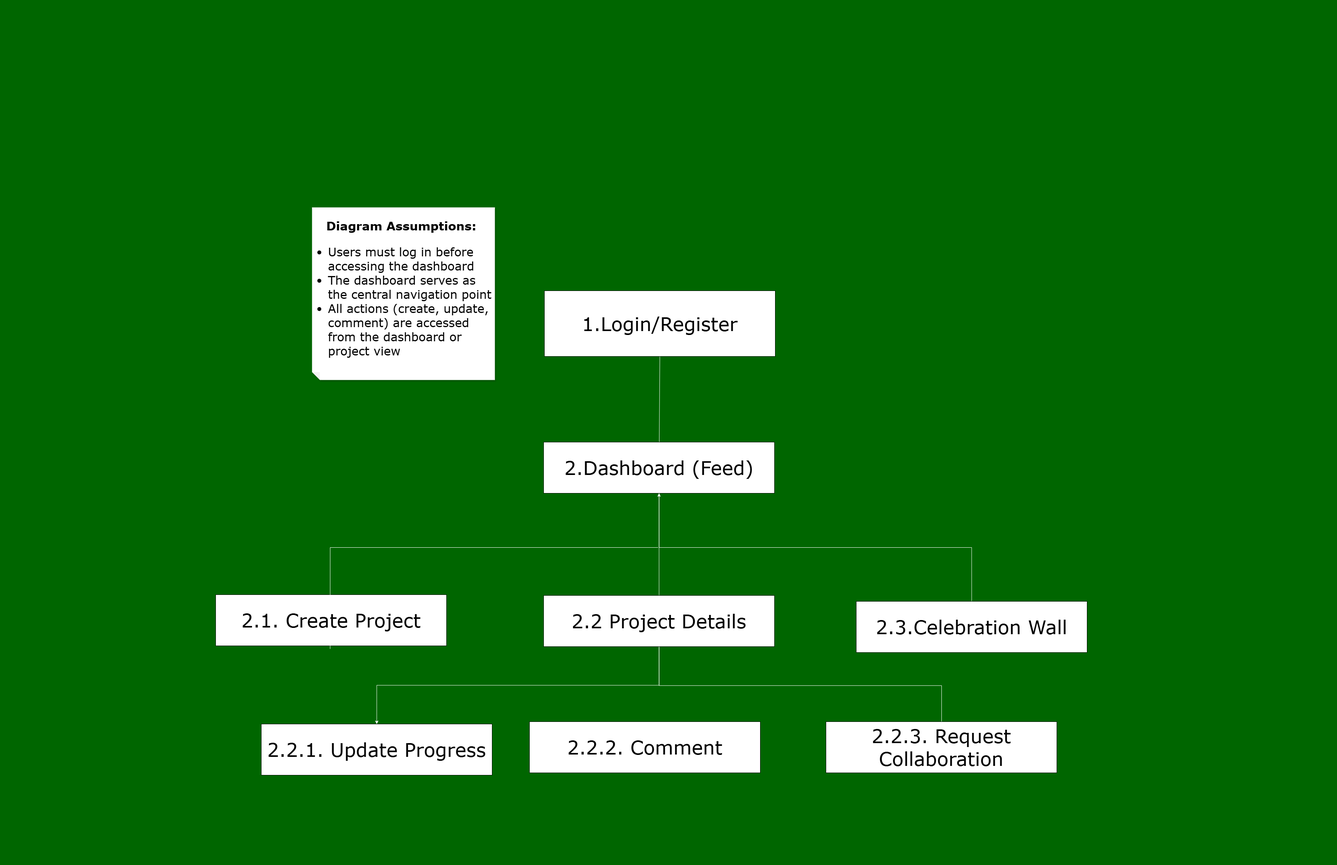
This is docs/MzansiBuilds-Navigation diagram.png from rorisang16/mzansi-builds, a draw.io export, as it was before one commit. Source tidied: cells renumbered, new cells last; positions are measured from the earlier drawing's top-left corner, leaving out a move shared by most shapes. Source of this version:
```xml
<mxGraphModel background="#006600">
  <root>
    <mxCell id="0" />
    <mxCell id="1" parent="0" />
    <mxCell id="2" style="rounded=0;jettySize=auto;html=1;exitX=0.5;exitY=1;exitDx=0;exitDy=0;endArrow=none;endFill=0;strokeColor=light-dark(#ffffff, #ededed);fontFamily=Verdana;" parent="1" edge="1" source="3" target="7">
      <mxGeometry relative="1" as="geometry" />
    </mxCell>
    <mxCell id="3" value="&lt;font style=&quot;font-size: 48px;&quot;&gt;1.Login/Register&lt;/font&gt;" style="whiteSpace=wrap;html=1;align=center;fontFamily=Verdana;" parent="1" vertex="1">
      <mxGeometry x="836" y="212" width="587" height="167" as="geometry" />
    </mxCell>
    <mxCell id="4" value="&lt;font style=&quot;font-size: 48px;&quot;&gt;2.1. Create Project&lt;/font&gt;" style="whiteSpace=wrap;html=1;align=center;fontFamily=Verdana;" parent="1" vertex="1">
      <mxGeometry y="985" width="587" height="130" as="geometry" />
    </mxCell>
    <mxCell id="5" style="edgeStyle=orthogonalEdgeStyle;rounded=0;orthogonalLoop=1;jettySize=auto;html=1;exitX=0.5;exitY=1;exitDx=0;exitDy=0;entryX=0.5;entryY=0;entryDx=0;entryDy=0;endArrow=none;endFill=0;curved=0;strokeColor=#FFFFFF;fontFamily=Verdana;" parent="1" edge="1">
      <mxGeometry relative="1" as="geometry">
        <mxPoint x="1125" y="865" as="sourcePoint" />
        <mxPoint x="291" y="1123" as="targetPoint" />
      </mxGeometry>
    </mxCell>
    <mxCell id="6" style="edgeStyle=orthogonalEdgeStyle;rounded=0;jettySize=auto;html=1;exitX=0.5;exitY=1;exitDx=0;exitDy=0;entryX=0.5;entryY=0;entryDx=0;entryDy=0;endArrow=none;endFill=0;curved=0;strokeColor=#FFFFFF;fontFamily=Verdana;" parent="1" edge="1" source="7" target="12">
      <mxGeometry relative="1" as="geometry">
        <Array as="points">
          <mxPoint x="1128" y="865" />
          <mxPoint x="1922" y="865" />
        </Array>
      </mxGeometry>
    </mxCell>
    <mxCell id="7" value="&lt;font style=&quot;font-size: 48px;&quot;&gt;2.Dashboard (Feed)&lt;/font&gt;" style="whiteSpace=wrap;html=1;align=center;fontFamily=Verdana;" parent="1" vertex="1">
      <mxGeometry x="834" y="597" width="587" height="130" as="geometry" />
    </mxCell>
    <mxCell id="8" style="edgeStyle=orthogonalEdgeStyle;rounded=0;jettySize=auto;html=1;exitX=0.5;exitY=1;exitDx=0;exitDy=0;curved=0;endArrow=none;endFill=0;strokeColor=#FFFFFF;fontFamily=Verdana;" parent="1" edge="1" source="11" target="14">
      <mxGeometry relative="1" as="geometry">
        <Array as="points">
          <mxPoint x="1128" y="1216" />
          <mxPoint x="1846" y="1216" />
        </Array>
      </mxGeometry>
    </mxCell>
    <mxCell id="9" style="rounded=0;jettySize=auto;html=1;exitX=0.5;exitY=0;exitDx=0;exitDy=0;strokeColor=light-dark(#ffffff, #ededed);fontFamily=Verdana;" parent="1" edge="1" source="11" target="7">
      <mxGeometry relative="1" as="geometry" />
    </mxCell>
    <mxCell id="10" style="edgeStyle=orthogonalEdgeStyle;rounded=0;jettySize=auto;html=1;exitX=0.5;exitY=1;exitDx=0;exitDy=0;strokeColor=#FFFFFF;fontFamily=Verdana;" parent="1" edge="1" source="11" target="15">
      <mxGeometry relative="1" as="geometry" />
    </mxCell>
    <mxCell id="11" value="&lt;font style=&quot;font-size: 48px;&quot;&gt;2.2 Project Details&lt;/font&gt;" style="whiteSpace=wrap;html=1;align=center;fontFamily=Verdana;" parent="1" vertex="1">
      <mxGeometry x="834" y="987" width="587" height="130" as="geometry" />
    </mxCell>
    <mxCell id="12" value="&lt;font style=&quot;font-size: 48px;&quot;&gt;2.3.Celebration Wall&lt;/font&gt;" style="whiteSpace=wrap;html=1;align=center;fontFamily=Verdana;" parent="1" vertex="1">
      <mxGeometry x="1629" y="1002" width="587" height="130" as="geometry" />
    </mxCell>
    <mxCell id="13" value="&lt;font style=&quot;font-size: 48px;&quot;&gt;2.2.2. Comment&lt;/font&gt;" style="whiteSpace=wrap;html=1;align=center;fontFamily=Verdana;" parent="1" vertex="1">
      <mxGeometry x="798" y="1308" width="587" height="130" as="geometry" />
    </mxCell>
    <mxCell id="14" value="&lt;font style=&quot;font-size: 48px;&quot;&gt;2.2.3. Request Collaboration&lt;/font&gt;" style="whiteSpace=wrap;html=1;align=center;fontFamily=Verdana;" parent="1" vertex="1">
      <mxGeometry x="1552" y="1308" width="587" height="130" as="geometry" />
    </mxCell>
    <mxCell id="15" value="&lt;font style=&quot;font-size: 48px;&quot;&gt;2.2.1. Update Progress&lt;/font&gt;" style="whiteSpace=wrap;html=1;align=center;fontFamily=Verdana;" parent="1" vertex="1">
      <mxGeometry x="116" y="1314" width="587" height="130" as="geometry" />
    </mxCell>
    <mxCell id="16" value="&lt;font&gt;&lt;font style=&quot;font-weight: bold;&quot;&gt;Diagram Assumptions:&amp;nbsp;&lt;br&gt;&lt;/font&gt;&lt;ul&gt;&lt;li style=&quot;text-align: left;&quot;&gt;&lt;font&gt;Users must log in before accessing the dashboard&lt;/font&gt;&lt;/li&gt;&lt;li style=&quot;text-align: left;&quot;&gt;&lt;font&gt;The dashboard serves as the central navigation point&lt;/font&gt;&lt;/li&gt;&lt;li style=&quot;text-align: left;&quot;&gt;&lt;font&gt;&lt;font&gt;All actions (create, update, comment) are accessed from the dashboard or pr&lt;/font&gt;oject view&lt;/font&gt;&lt;/li&gt;&lt;/ul&gt;&lt;/font&gt;" style="shape=note;whiteSpace=wrap;html=1;backgroundOutline=1;fontColor=#000000;darkOpacity=0.05;fillColor=#FFFFFF;strokeColor=none;fillStyle=solid;direction=west;gradientDirection=north;gradientColor=none;shadow=1;size=20;autosizeText=1;rounded=1;fontSize=30;fontFamily=Verdana;" parent="1" vertex="1">
      <mxGeometry x="245" width="465" height="439" as="geometry" />
    </mxCell>
  </root>
</mxGraphModel>
```
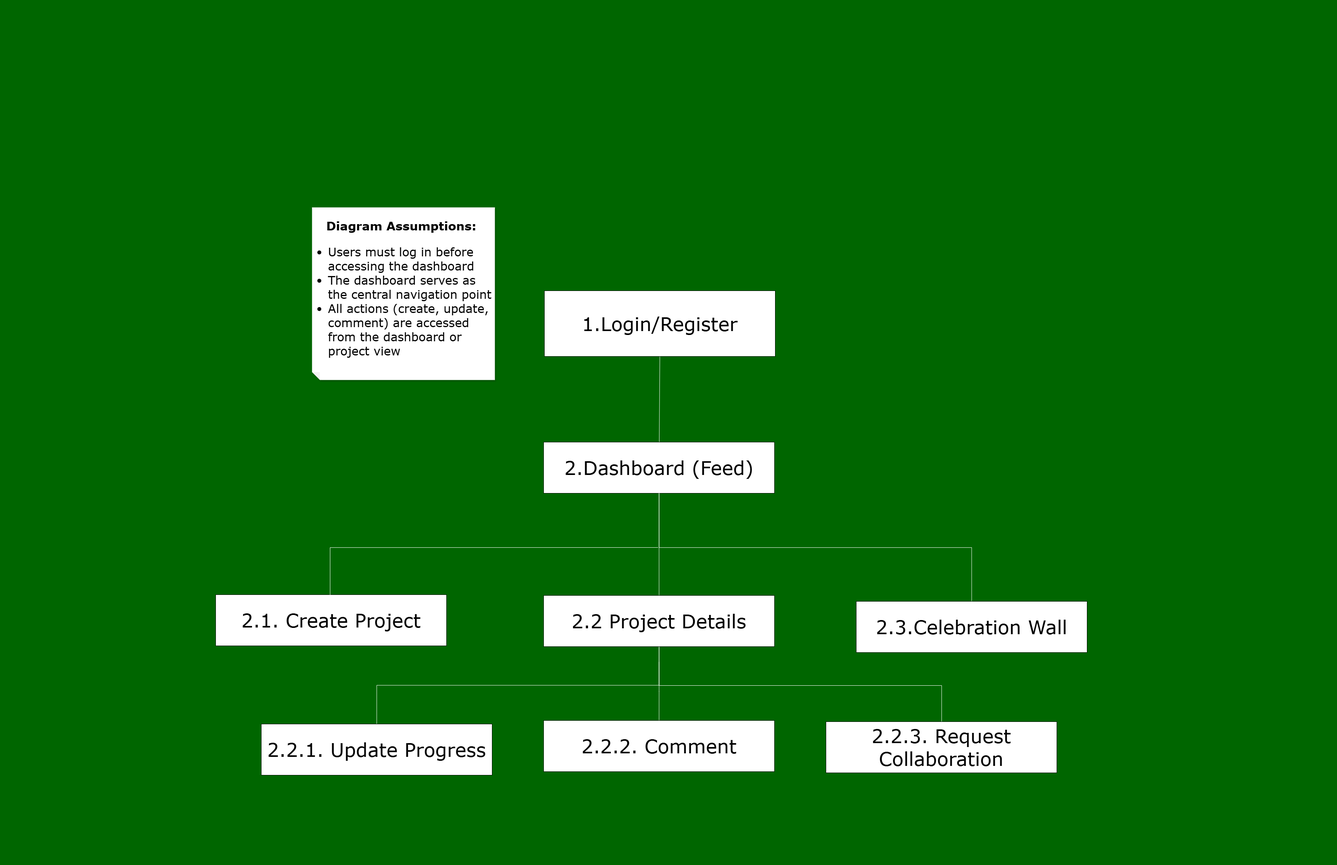
After the change.

Commit message:
refactor: improve navigation structure and fix layout issues

Diff of the diagram source:
```diff
@@ -11,10 +11,10 @@
     <mxCell id="4" value="&lt;font style=&quot;font-size: 48px;&quot;&gt;2.1. Create Project&lt;/font&gt;" style="whiteSpace=wrap;html=1;align=center;fontFamily=Verdana;" parent="1" vertex="1">
       <mxGeometry y="985" width="587" height="130" as="geometry" />
     </mxCell>
-    <mxCell id="5" style="edgeStyle=orthogonalEdgeStyle;rounded=0;orthogonalLoop=1;jettySize=auto;html=1;exitX=0.5;exitY=1;exitDx=0;exitDy=0;entryX=0.5;entryY=0;entryDx=0;entryDy=0;endArrow=none;endFill=0;curved=0;strokeColor=#FFFFFF;fontFamily=Verdana;" parent="1" edge="1">
+    <mxCell id="5" style="edgeStyle=orthogonalEdgeStyle;rounded=0;orthogonalLoop=1;jettySize=auto;html=1;exitX=0.5;exitY=1;exitDx=0;exitDy=0;endArrow=none;endFill=0;curved=0;strokeColor=#FFFFFF;fontFamily=Verdana;" parent="1" edge="1">
       <mxGeometry relative="1" as="geometry">
         <mxPoint x="1125" y="865" as="sourcePoint" />
-        <mxPoint x="291" y="1123" as="targetPoint" />
+        <mxPoint x="291" y="994" as="targetPoint" />
       </mxGeometry>
     </mxCell>
     <mxCell id="6" style="edgeStyle=orthogonalEdgeStyle;rounded=0;jettySize=auto;html=1;exitX=0.5;exitY=1;exitDx=0;exitDy=0;entryX=0.5;entryY=0;entryDx=0;entryDy=0;endArrow=none;endFill=0;curved=0;strokeColor=#FFFFFF;fontFamily=Verdana;" parent="1" edge="1" source="7" target="12">
@@ -36,10 +36,10 @@
         </Array>
       </mxGeometry>
     </mxCell>
-    <mxCell id="9" style="rounded=0;jettySize=auto;html=1;exitX=0.5;exitY=0;exitDx=0;exitDy=0;strokeColor=light-dark(#ffffff, #ededed);fontFamily=Verdana;" parent="1" edge="1" source="11" target="7">
+    <mxCell id="9" style="rounded=0;jettySize=auto;html=1;exitX=0.5;exitY=0;exitDx=0;exitDy=0;strokeColor=light-dark(#ffffff, #ededed);fontFamily=Verdana;endArrow=none;endFill=0;" parent="1" edge="1" source="11" target="7">
       <mxGeometry relative="1" as="geometry" />
     </mxCell>
-    <mxCell id="10" style="edgeStyle=orthogonalEdgeStyle;rounded=0;jettySize=auto;html=1;exitX=0.5;exitY=1;exitDx=0;exitDy=0;strokeColor=#FFFFFF;fontFamily=Verdana;" parent="1" edge="1" source="11" target="15">
+    <mxCell id="10" style="edgeStyle=orthogonalEdgeStyle;rounded=0;jettySize=auto;html=1;exitX=0.5;exitY=1;exitDx=0;exitDy=0;strokeColor=#FFFFFF;fontFamily=Verdana;endArrow=none;endFill=0;" parent="1" edge="1" source="11" target="15">
       <mxGeometry relative="1" as="geometry" />
     </mxCell>
     <mxCell id="11" value="&lt;font style=&quot;font-size: 48px;&quot;&gt;2.2 Project Details&lt;/font&gt;" style="whiteSpace=wrap;html=1;align=center;fontFamily=Verdana;" parent="1" vertex="1">
@@ -48,8 +48,13 @@
     <mxCell id="12" value="&lt;font style=&quot;font-size: 48px;&quot;&gt;2.3.Celebration Wall&lt;/font&gt;" style="whiteSpace=wrap;html=1;align=center;fontFamily=Verdana;" parent="1" vertex="1">
       <mxGeometry x="1629" y="1002" width="587" height="130" as="geometry" />
     </mxCell>
+    <mxCell id="17" style="edgeStyle=orthogonalEdgeStyle;rounded=0;jettySize=auto;html=1;exitX=0.5;exitY=0;exitDx=0;exitDy=0;endArrow=none;endFill=0;strokeColor=light-dark(#ffffff, #ededed);" parent="1" edge="1" source="13">
+      <mxGeometry relative="1" as="geometry">
+        <mxPoint x="1127.3" y="1156.1" as="targetPoint" />
+      </mxGeometry>
+    </mxCell>
     <mxCell id="13" value="&lt;font style=&quot;font-size: 48px;&quot;&gt;2.2.2. Comment&lt;/font&gt;" style="whiteSpace=wrap;html=1;align=center;fontFamily=Verdana;" parent="1" vertex="1">
-      <mxGeometry x="798" y="1308" width="587" height="130" as="geometry" />
+      <mxGeometry x="834" y="1305" width="587" height="130" as="geometry" />
     </mxCell>
     <mxCell id="14" value="&lt;font style=&quot;font-size: 48px;&quot;&gt;2.2.3. Request Collaboration&lt;/font&gt;" style="whiteSpace=wrap;html=1;align=center;fontFamily=Verdana;" parent="1" vertex="1">
       <mxGeometry x="1552" y="1308" width="587" height="130" as="geometry" />
```
